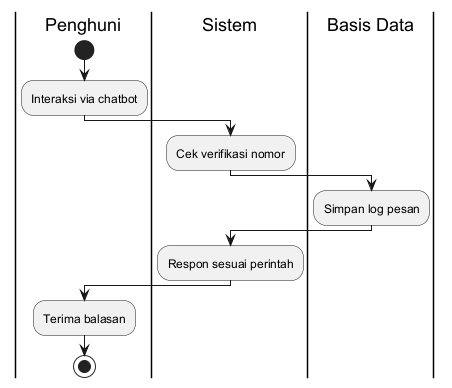
This is docs/diagrams/8_activity_diagram_interaksi_chatbot.png from ahmadyasser72/tem-2, a PlantUML export, as it was before one commit.
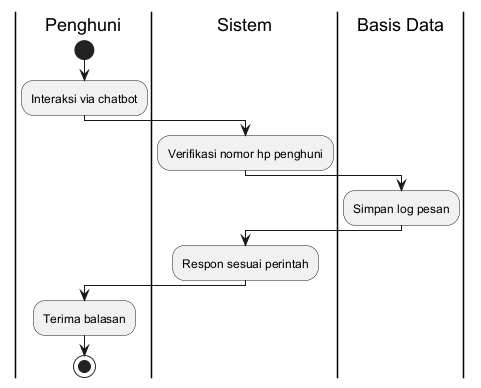
After the commit.

What changed in the source:
```diff
@@ -3,7 +3,7 @@
 start
 :Interaksi via chatbot;
 |Sistem|
-:Cek verifikasi nomor;
+:Verifikasi nomor hp penghuni;
 |Basis Data|
 :Simpan log pesan;
 |Sistem|
```
